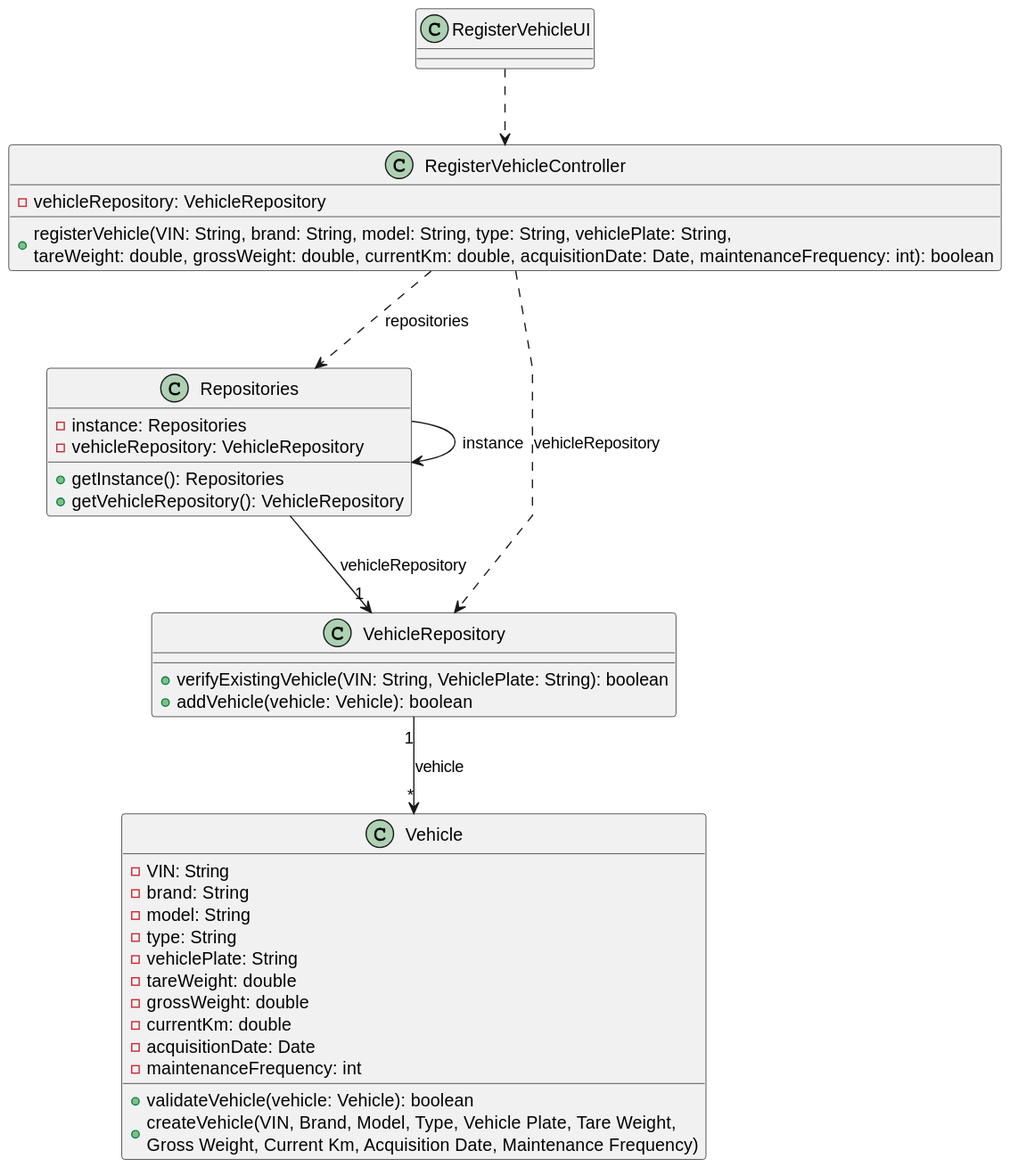
Earlier version of the PlantUML export docs/sprintB/us006/03.design/svg/us006-class-diagram.svg (ricardomm7/leaflink).
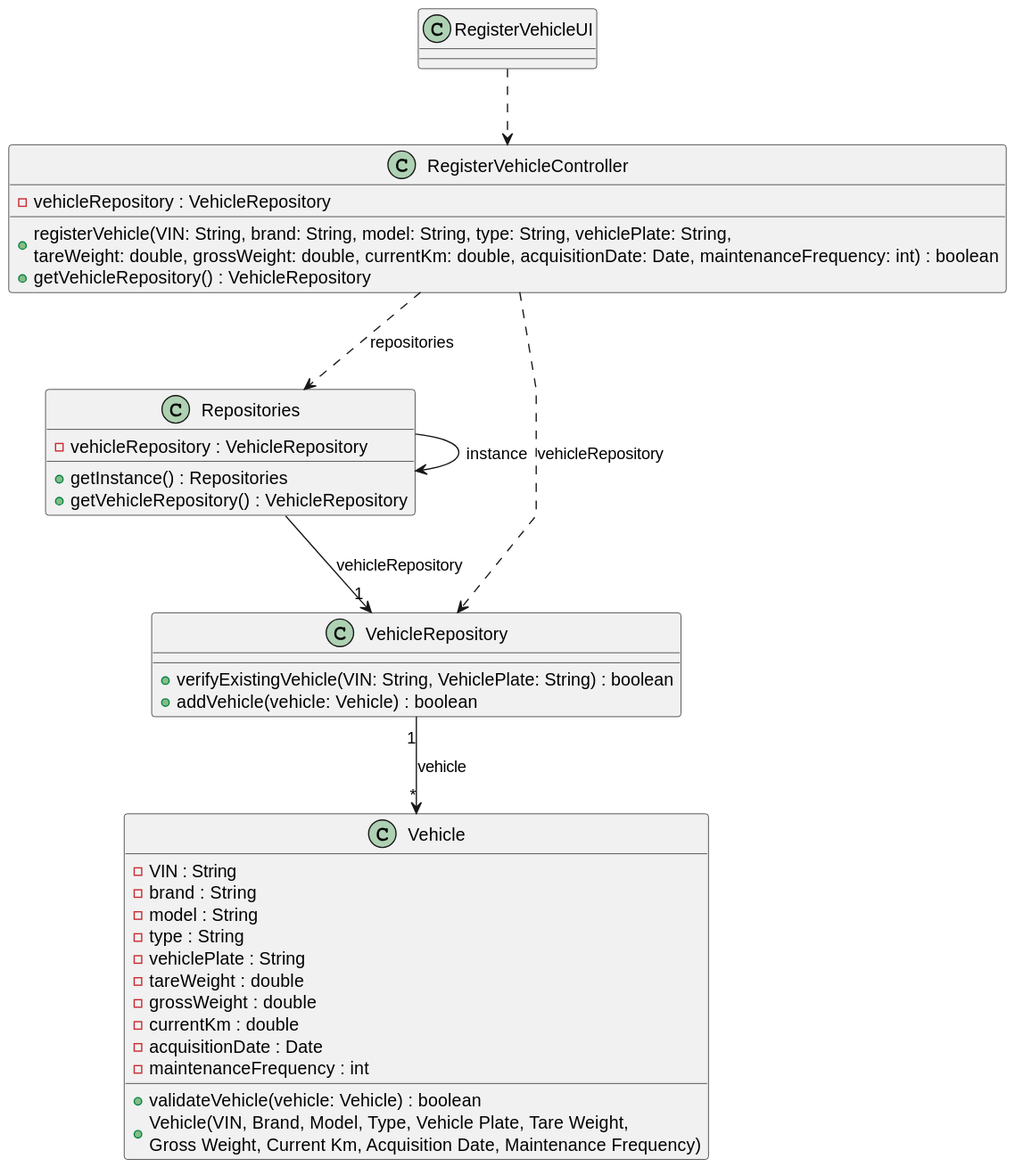
Above is the later version.

What changed in the source:
```diff
@@ -7,36 +7,36 @@
     }
 
     class RegisterVehicleController {
-        - vehicleRepository: VehicleRepository
-        + registerVehicle(VIN: String, brand: String, model: String, type: String, vehiclePlate: String, \ntareWeight: double, grossWeight: double, currentKm: double, acquisitionDate: Date, maintenanceFrequency: int): boolean
+        - vehicleRepository : VehicleRepository
+        + registerVehicle(VIN: String, brand: String, model: String, type: String, vehiclePlate: String, \ntareWeight: double, grossWeight: double, currentKm: double, acquisitionDate: Date, maintenanceFrequency: int) : boolean
+        + getVehicleRepository() : VehicleRepository
     }
 
     class Repositories {
-        - instance: Repositories
-        - vehicleRepository: VehicleRepository
-        + getInstance(): Repositories
-        + getVehicleRepository(): VehicleRepository
+        - vehicleRepository : VehicleRepository
+        + getInstance() : Repositories
+        + getVehicleRepository() : VehicleRepository
     }
 
     class VehicleRepository {
-        + verifyExistingVehicle(VIN: String, VehiclePlate: String): boolean
-        + addVehicle(vehicle: Vehicle): boolean
+        + verifyExistingVehicle(VIN: String, VehiclePlate: String) : boolean
+        + addVehicle(vehicle: Vehicle) : boolean
     }
 
     class Vehicle {
-        - VIN: String
-        - brand: String
-        - model: String
-        - type: String
-        - vehiclePlate: String
-        - tareWeight: double
-        - grossWeight: double
-        - currentKm: double
-        - acquisitionDate: Date
-        - maintenanceFrequency: int
+        - VIN : String
+        - brand : String
+        - model : String
+        - type : String
+        - vehiclePlate : String
+        - tareWeight : double
+        - grossWeight : double
+        - currentKm : double
+        - acquisitionDate : Date
+        - maintenanceFrequency : int
 
-        + validateVehicle(vehicle: Vehicle): boolean
-        + createVehicle(VIN, Brand, Model, Type, Vehicle Plate, Tare Weight, \nGross Weight, Current Km, Acquisition Date, Maintenance Frequency)
+        + validateVehicle(vehicle: Vehicle) : boolean
+        + Vehicle(VIN, Brand, Model, Type, Vehicle Plate, Tare Weight, \nGross Weight, Current Km, Acquisition Date, Maintenance Frequency)
     }
 
 RegisterVehicleUI ..> RegisterVehicleController
```
